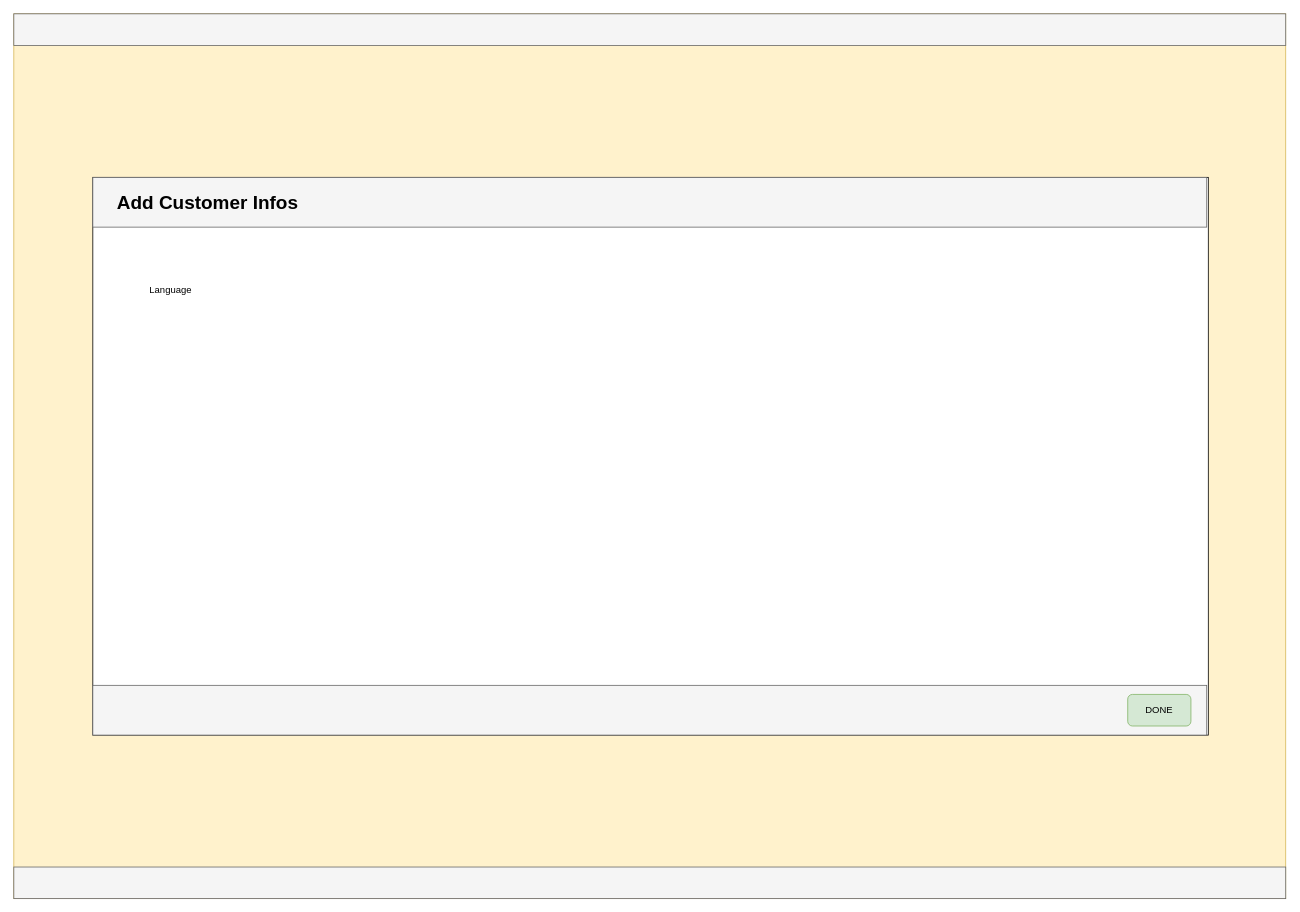
The draw.io diagram page "Add Customer Info Modal" (3 of 5) of CustomerReminderDiagram.drawio in ahmadtechnik/CustomerReminder, before the edit. Source tidied: cells renumbered, new cells numbered last; positions are measured from the earlier drawing's top-left corner, leaving out a move shared by most shapes. Both pictures are drawn from the tidied source at 79%, with x=0, y=0 at pixel (13, 13).
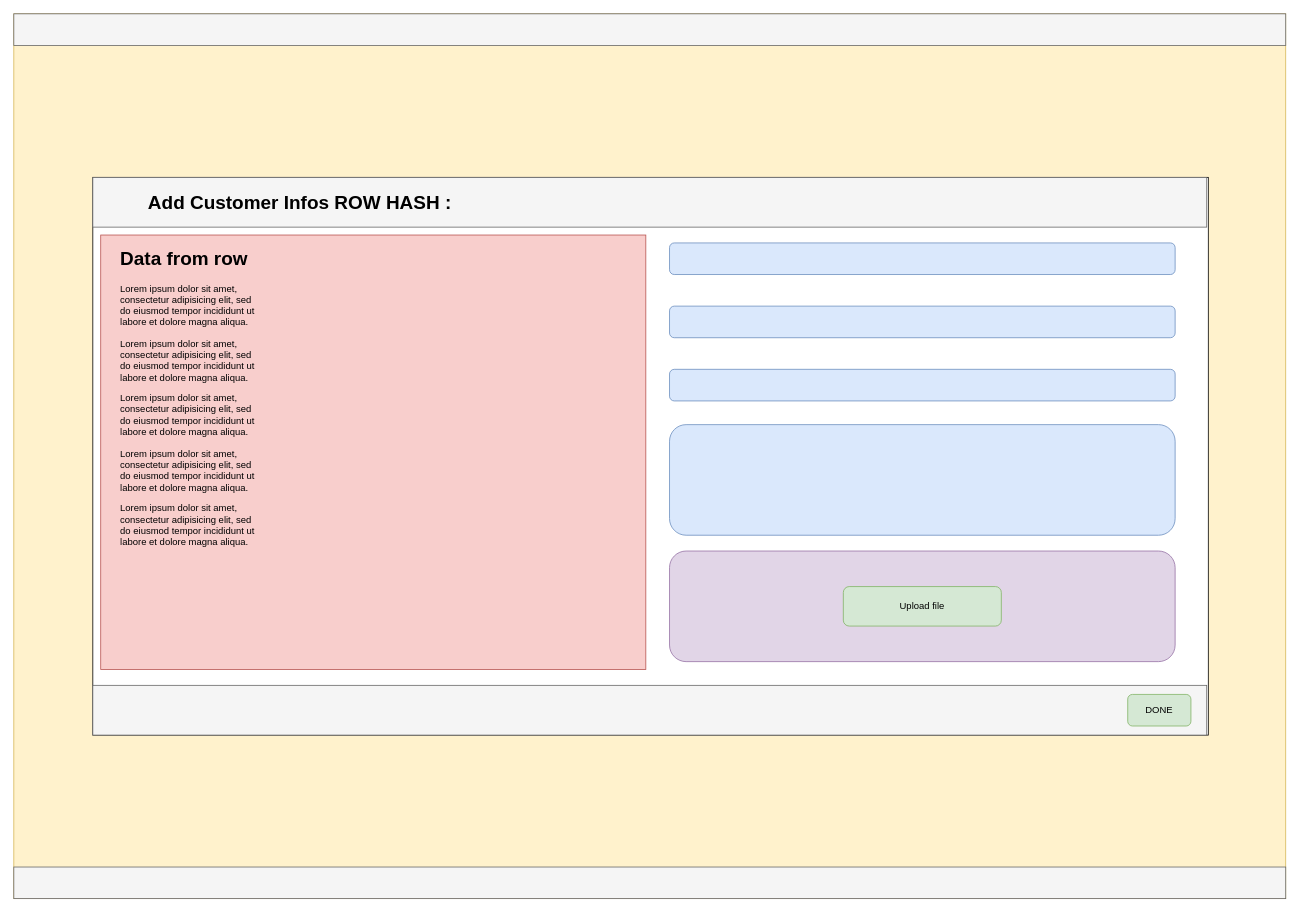
After the change.

Change to the diagram source:
```diff
@@
 <mxGraphModel>
   <root>
     <mxCell id="0" />
     <mxCell id="1" parent="0" />
     <mxCell id="2" style="rounded=0;whiteSpace=wrap;html=1;fillColor=#fff2cc;strokeColor=#d6b656;" parent="1" vertex="1">
       <mxGeometry width="1610" height="1120" as="geometry" />
     </mxCell>
     <mxCell id="3" style="rounded=0;whiteSpace=wrap;html=1;fillColor=#f5f5f5;strokeColor=#666666;fontColor=#333333;" parent="1" vertex="1">
       <mxGeometry width="1610" height="40" as="geometry" />
     </mxCell>
     <mxCell id="4" style="rounded=0;whiteSpace=wrap;html=1;fillColor=#f5f5f5;strokeColor=#666666;fontColor=#333333;" parent="1" vertex="1">
       <mxGeometry y="1080" width="1610" height="40" as="geometry" />
     </mxCell>
     <mxCell id="5" style="rounded=1;whiteSpace=wrap;html=1;arcSize=0;" parent="1" vertex="1">
       <mxGeometry x="100" y="207" width="1412" height="706" as="geometry" />
     </mxCell>
     <mxCell id="6" style="rounded=1;whiteSpace=wrap;html=1;arcSize=0;fillColor=#f5f5f5;strokeColor=#666666;fontColor=#333333;" parent="1" vertex="1">
       <mxGeometry x="100" y="207" width="1410" height="63" as="geometry" />
     </mxCell>
-    <mxCell id="7" value="Add Customer Infos" style="text;strokeColor=none;fillColor=none;html=1;fontSize=24;fontStyle=1;verticalAlign=middle;align=center;" parent="1" vertex="1">
-      <mxGeometry x="110" y="219" width="270" height="40" as="geometry" />
+    <mxCell id="7" value="Add Customer Infos ROW HASH :&amp;nbsp;" style="text;strokeColor=none;fillColor=none;html=1;fontSize=24;fontStyle=1;verticalAlign=middle;align=center;" parent="1" vertex="1">
+      <mxGeometry x="110" y="219" width="510" height="40" as="geometry" />
     </mxCell>
     <mxCell id="8" style="rounded=1;whiteSpace=wrap;html=1;arcSize=0;fillColor=#f5f5f5;strokeColor=#666666;fontColor=#333333;" parent="1" vertex="1">
       <mxGeometry x="100" y="850" width="1410" height="63" as="geometry" />
     </mxCell>
     <mxCell id="9" value="DONE" style="rounded=1;whiteSpace=wrap;html=1;fillColor=#d5e8d4;strokeColor=#82b366;" parent="1" vertex="1">
       <mxGeometry x="1410" y="861.5" width="80" height="40" as="geometry" />
     </mxCell>
-    <mxCell id="10" value="Language" style="text;html=1;align=left;verticalAlign=top;spacingTop=-4;" parent="1" vertex="1">
-      <mxGeometry x="170" y="340" width="70" height="20" as="geometry" />
-    </mxCell>
+    <mxCell id="11" style="rounded=0;whiteSpace=wrap;html=1;fillColor=#f8cecc;strokeColor=#b85450;" parent="1" vertex="1">
+      <mxGeometry x="110" y="280" width="690" height="550" as="geometry" />
+    </mxCell>
+    <mxCell id="12" value="&lt;h1&gt;Data from row&lt;/h1&gt;&lt;p&gt;Lorem ipsum dolor sit amet, consectetur adipisicing elit, sed do eiusmod tempor incididunt ut labore et dolore magna aliqua.&lt;br&gt;&lt;/p&gt;&lt;p&gt;Lorem ipsum dolor sit amet, consectetur adipisicing elit, sed do eiusmod tempor incididunt ut labore et dolore magna aliqua.&lt;br&gt;&lt;/p&gt;&lt;p&gt;Lorem ipsum dolor sit amet, consectetur adipisicing elit, sed do eiusmod tempor incididunt ut labore et dolore magna aliqua.&lt;br&gt;&lt;/p&gt;&lt;p&gt;Lorem ipsum dolor sit amet, consectetur adipisicing elit, sed do eiusmod tempor incididunt ut labore et dolore magna aliqua.&lt;br&gt;&lt;/p&gt;&lt;p&gt;Lorem ipsum dolor sit amet, consectetur adipisicing elit, sed do eiusmod tempor incididunt ut labore et dolore magna aliqua.&lt;br&gt;&lt;/p&gt;" style="text;html=1;strokeColor=none;fillColor=none;spacing=5;spacingTop=-20;whiteSpace=wrap;overflow=hidden;rounded=0;" parent="1" vertex="1">
+      <mxGeometry x="130" y="290" width="190" height="490" as="geometry" />
+    </mxCell>
+    <mxCell id="13" style="rounded=1;whiteSpace=wrap;html=1;fillColor=#dae8fc;strokeColor=#6c8ebf;" parent="1" vertex="1">
+      <mxGeometry x="830" y="290" width="640" height="40" as="geometry" />
+    </mxCell>
+    <mxCell id="14" style="rounded=1;whiteSpace=wrap;html=1;fillColor=#dae8fc;strokeColor=#6c8ebf;" parent="1" vertex="1">
+      <mxGeometry x="830" y="370" width="640" height="40" as="geometry" />
+    </mxCell>
+    <mxCell id="15" style="rounded=1;whiteSpace=wrap;html=1;fillColor=#dae8fc;strokeColor=#6c8ebf;" parent="1" vertex="1">
+      <mxGeometry x="830" y="450" width="640" height="40" as="geometry" />
+    </mxCell>
+    <mxCell id="16" style="rounded=1;whiteSpace=wrap;html=1;fillColor=#dae8fc;strokeColor=#6c8ebf;" parent="1" vertex="1">
+      <mxGeometry x="830" y="520" width="640" height="140" as="geometry" />
+    </mxCell>
+    <mxCell id="17" style="rounded=1;whiteSpace=wrap;html=1;fillColor=#e1d5e7;strokeColor=#9673a6;" parent="1" vertex="1">
+      <mxGeometry x="830" y="680" width="640" height="140" as="geometry" />
+    </mxCell>
+    <mxCell id="18" value="Upload file" style="rounded=1;whiteSpace=wrap;html=1;fillColor=#d5e8d4;strokeColor=#82b366;" parent="1" vertex="1">
+      <mxGeometry x="1050" y="725" width="200" height="50" as="geometry" />
+    </mxCell>
   </root>
 </mxGraphModel>
```
